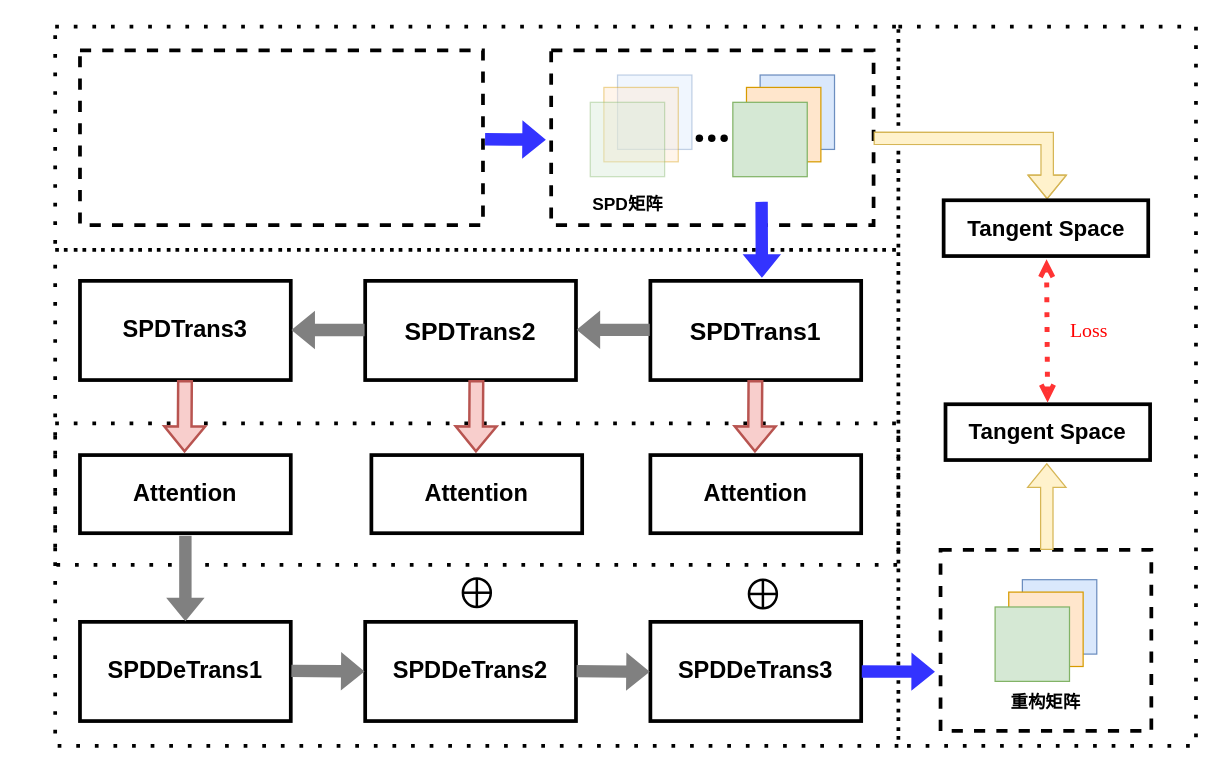
Above: page "第 10 页" (10 of 10) of spd.drawio in balllightnings/draw (draw.io), before the change. Source tidied: cells renumbered, new cells numbered last; positions are measured from the earlier drawing's top-left corner, leaving out a move shared by most shapes. Both pictures are drawn from the tidied source at 124%, with x=0, y=0 at pixel (55, 26).
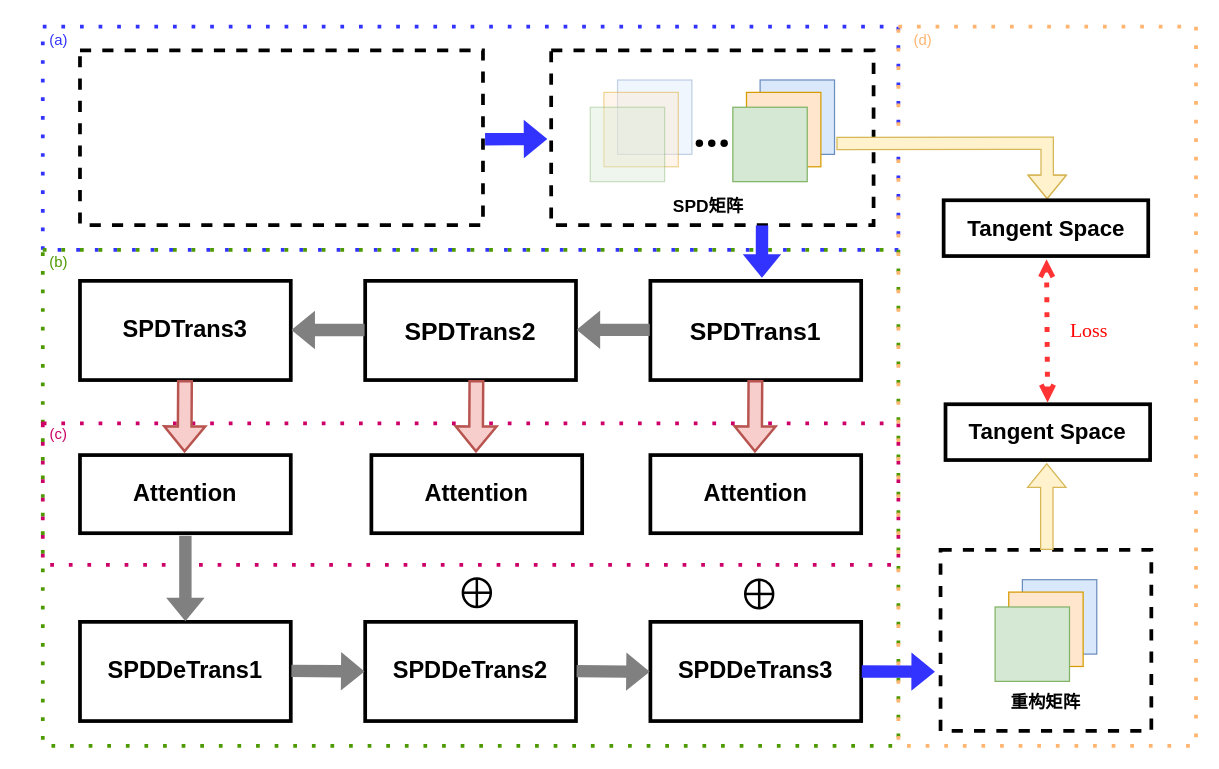
The same page after the edit.

Unchanged cells that the change refers to:
```xml
<mxCell id="6" style="rounded=0;whiteSpace=wrap;html=1;fillStyle=auto;strokeColor=#000000;fillColor=none;gradientColor=default;dashed=1;strokeWidth=3;" parent="1" vertex="1">
  <mxGeometry x="400" y="19.2" width="260" height="140.8" as="geometry" />
</mxCell>
<mxCell id="20" value="&lt;b&gt;&lt;font style=&quot;font-size: 20px;&quot;&gt;SPDTrans1&lt;/font&gt;&lt;/b&gt;" style="rounded=0;whiteSpace=wrap;html=1;strokeWidth=3;fillColor=none;" parent="1" vertex="1">
  <mxGeometry x="480" y="205" width="170" height="80" as="geometry" />
</mxCell>
```

What changed in the source:
```diff
@@
-    <mxCell id="2" style="rounded=0;whiteSpace=wrap;html=1;fillStyle=auto;strokeColor=#000000;fillColor=none;gradientColor=default;dashed=1;strokeWidth=3;dashPattern=1 4;" parent="1" vertex="1">
-      <mxGeometry width="680" height="180" as="geometry" />
+    <mxCell id="2" style="rounded=0;whiteSpace=wrap;html=1;fillStyle=auto;strokeColor=#3333FF;fillColor=none;gradientColor=default;dashed=1;strokeWidth=3;dashPattern=1 4;" parent="1" vertex="1">
+      <mxGeometry x="-10" width="690" height="180" as="geometry" />
     </mxCell>
-    <mxCell id="3" style="rounded=0;whiteSpace=wrap;html=1;fillStyle=auto;strokeColor=#000000;fillColor=none;gradientColor=default;dashed=1;strokeWidth=3;dashPattern=1 4;" parent="1" vertex="1">
-      <mxGeometry y="180" width="680" height="400" as="geometry" />
+    <mxCell id="3" style="rounded=0;whiteSpace=wrap;html=1;fillStyle=auto;strokeColor=#4D9900;fillColor=none;gradientColor=default;dashed=1;strokeWidth=3;dashPattern=1 4;" parent="1" vertex="1">
+      <mxGeometry x="-10" y="180" width="690" height="400" as="geometry" />
     </mxCell>
-    <mxCell id="4" style="rounded=0;whiteSpace=wrap;html=1;fillStyle=auto;strokeColor=#000000;fillColor=none;gradientColor=default;dashed=1;strokeWidth=3;dashPattern=1 4;" parent="1" vertex="1">
-      <mxGeometry y="320" width="680" height="114" as="geometry" />
+    <mxCell id="4" style="rounded=0;whiteSpace=wrap;html=1;fillStyle=auto;strokeColor=#CC0066;fillColor=none;gradientColor=default;dashed=1;strokeWidth=3;dashPattern=1 4;" parent="1" vertex="1">
+      <mxGeometry x="-10" y="320" width="690" height="114" as="geometry" />
     </mxCell>
-    <mxCell id="5" style="rounded=0;whiteSpace=wrap;html=1;fillStyle=auto;strokeColor=#000000;fillColor=none;gradientColor=default;dashed=1;strokeWidth=3;dashPattern=1 4;" parent="1" vertex="1">
+    <mxCell id="5" style="rounded=0;whiteSpace=wrap;html=1;fillStyle=auto;strokeColor=#FFB570;fillColor=none;gradientColor=default;dashed=1;strokeWidth=3;dashPattern=1 4;" parent="1" vertex="1">
       <mxGeometry x="680" width="240" height="580" as="geometry" />
     </mxCell>
@@
     <mxCell id="7" style="whiteSpace=wrap;html=1;strokeColor=#6c8ebf;fontFamily=Times New Roman;fontSize=8.5;fillColor=#dae8fc;" parent="1" vertex="1">
-      <mxGeometry x="568.5" y="39" width="60" height="60" as="geometry" />
+      <mxGeometry x="568.5" y="43" width="60" height="60" as="geometry" />
     </mxCell>
     <mxCell id="8" style="whiteSpace=wrap;html=1;strokeColor=#d79b00;fontFamily=Times New Roman;fontSize=8.5;fillColor=#ffe6cc;" parent="1" vertex="1">
-      <mxGeometry x="557.5" y="49" width="60" height="60" as="geometry" />
+      <mxGeometry x="557.5" y="53" width="60" height="60" as="geometry" />
     </mxCell>
     <mxCell id="9" style="whiteSpace=wrap;html=1;strokeColor=#82b366;fontFamily=Times New Roman;fontSize=8.5;fillColor=#d5e8d4;" parent="1" vertex="1">
-      <mxGeometry x="546.5" y="61" width="60" height="60" as="geometry" />
+      <mxGeometry x="546.5" y="65" width="60" height="60" as="geometry" />
     </mxCell>
     <mxCell id="10" style="whiteSpace=wrap;html=1;strokeColor=#6c8ebf;fontFamily=Times New Roman;fontSize=8.5;fillColor=#dae8fc;opacity=40;" parent="1" vertex="1">
-      <mxGeometry x="453.5" y="39" width="60" height="60" as="geometry" />
+      <mxGeometry x="453.5" y="43" width="60" height="60" as="geometry" />
     </mxCell>
     <mxCell id="11" style="whiteSpace=wrap;html=1;strokeColor=#d79b00;fontFamily=Times New Roman;fontSize=8.5;fillColor=#ffe6cc;opacity=40;" parent="1" vertex="1">
-      <mxGeometry x="442.5" y="49" width="60" height="60" as="geometry" />
+      <mxGeometry x="442.5" y="53" width="60" height="60" as="geometry" />
     </mxCell>
     <mxCell id="12" style="whiteSpace=wrap;html=1;strokeColor=#82b366;fontFamily=Times New Roman;fontSize=8.5;fillColor=#d5e8d4;opacity=40;" parent="1" vertex="1">
-      <mxGeometry x="431.5" y="61" width="60" height="60" as="geometry" />
+      <mxGeometry x="431.5" y="65" width="60" height="60" as="geometry" />
     </mxCell>
@@
-    <mxCell id="14" style="shape=flexArrow;endArrow=classic;html=1;rounded=0;fillColor=#3333FF;strokeColor=none;endSize=6;startSize=6;" parent="1" edge="1">
+    <mxCell id="14" style="shape=flexArrow;endArrow=classic;html=1;rounded=0;fillColor=#3333FF;strokeColor=none;endSize=6;startSize=6;entryX=-0.01;entryY=0.507;entryDx=0;entryDy=0;entryPerimeter=0;" parent="1" edge="1" target="6">
       <mxGeometry relative="1" as="geometry">
         <mxPoint x="346.2" y="90.8" as="sourcePoint" />
-        <mxPoint x="396.2" y="91.2" as="targetPoint" />
       </mxGeometry>
     </mxCell>
     <mxCell id="15" style="group;" parent="1" vertex="1">
-      <mxGeometry x="499.5" y="70" width="60" height="40" as="geometry" />
+      <mxGeometry x="499.5" y="74" width="60" height="40" as="geometry" />
     </mxCell>
@@
-    <mxCell id="19" style="shape=flexArrow;endArrow=classic;html=1;rounded=0;fillColor=#3333FF;strokeColor=none;endSize=6;startSize=6;entryX=0.529;entryY=-0.025;entryDx=0;entryDy=0;entryPerimeter=0;" parent="1" edge="1" target="20">
-      <mxGeometry relative="1" as="geometry">
-        <mxPoint x="569.7" y="140.8" as="sourcePoint" />
-      </mxGeometry>
+    <mxCell id="19" style="shape=flexArrow;endArrow=classic;html=1;rounded=0;fillColor=#3333FF;strokeColor=none;endSize=6;startSize=6;entryX=0.529;entryY=-0.025;entryDx=0;entryDy=0;entryPerimeter=0;exitX=0.654;exitY=0.999;exitDx=0;exitDy=0;exitPerimeter=0;" parent="1" edge="1" source="6" target="20">
+      <mxGeometry relative="1" as="geometry" />
     </mxCell>
@@
     <mxCell id="35" style="shape=orEllipse;perimeter=ellipsePerimeter;whiteSpace=wrap;html=1;backgroundOutline=1;fillStyle=auto;fontSize=1;fontColor=#CCFFFF;strokeColor=default;strokeWidth=2;fillColor=#FFFFFF;gradientColor=none;" parent="1" vertex="1">
-      <mxGeometry x="559.5" y="446" width="22.5" height="23" as="geometry" />
+      <mxGeometry x="556.5" y="446" width="22.5" height="23" as="geometry" />
     </mxCell>
@@
     <mxCell id="39" value="&lt;font style=&quot;font-size: 14px;&quot;&gt;&lt;b&gt;SPD矩阵&lt;/b&gt;&lt;/font&gt;" style="text;html=1;strokeColor=none;fillColor=none;align=center;verticalAlign=middle;whiteSpace=wrap;rounded=0;" parent="1" vertex="1">
-      <mxGeometry x="431.5" y="128" width="60" height="30" as="geometry" />
+      <mxGeometry x="496.5" y="130" width="60" height="30" as="geometry" />
     </mxCell>
@@
-    <mxCell id="46" style="shape=flexArrow;endArrow=classic;html=1;rounded=0;fillColor=#fff2cc;strokeColor=#d6b656;endSize=6;startSize=6;" parent="1" edge="1">
+    <mxCell id="46" style="shape=flexArrow;endArrow=classic;html=1;rounded=0;fillColor=#fff2cc;strokeColor=#d6b656;endSize=6;startSize=6;exitX=1.025;exitY=0.854;exitDx=0;exitDy=0;exitPerimeter=0;" parent="1" edge="1" source="7">
       <mxGeometry relative="1" as="geometry">
-        <mxPoint x="660" y="90" as="sourcePoint" />
         <mxPoint x="800" y="139.2" as="targetPoint" />
         <Array as="points">
-          <mxPoint x="800" y="90.2" />
+          <mxPoint x="800" y="94" />
         </Array>
       </mxGeometry>
     </mxCell>
@@
+    <mxCell id="52" value="&lt;font color=&quot;#3333ff&quot;&gt;(a)&lt;/font&gt;" style="text;html=1;strokeColor=none;fillColor=none;align=center;verticalAlign=middle;whiteSpace=wrap;rounded=0;" parent="1" vertex="1">
+      <mxGeometry x="-27" y="-4" width="60" height="30" as="geometry" />
+    </mxCell>
+    <mxCell id="53" value="&lt;font color=&quot;#4d9900&quot;&gt;(b)&lt;/font&gt;" style="text;html=1;strokeColor=none;fillColor=none;align=center;verticalAlign=middle;whiteSpace=wrap;rounded=0;" parent="1" vertex="1">
+      <mxGeometry x="-27" y="175" width="60" height="30" as="geometry" />
+    </mxCell>
+    <mxCell id="54" value="&lt;font color=&quot;#cc0066&quot;&gt;(c)&lt;/font&gt;" style="text;html=1;strokeColor=none;fillColor=none;align=center;verticalAlign=middle;whiteSpace=wrap;rounded=0;" parent="1" vertex="1">
+      <mxGeometry x="-27" y="314" width="60" height="30" as="geometry" />
+    </mxCell>
+    <mxCell id="55" value="&lt;font color=&quot;#ffb570&quot;&gt;(d)&lt;/font&gt;" style="text;html=1;strokeColor=none;fillColor=none;align=center;verticalAlign=middle;whiteSpace=wrap;rounded=0;" parent="1" vertex="1">
+      <mxGeometry x="670" y="-4" width="60" height="30" as="geometry" />
+    </mxCell>
```
